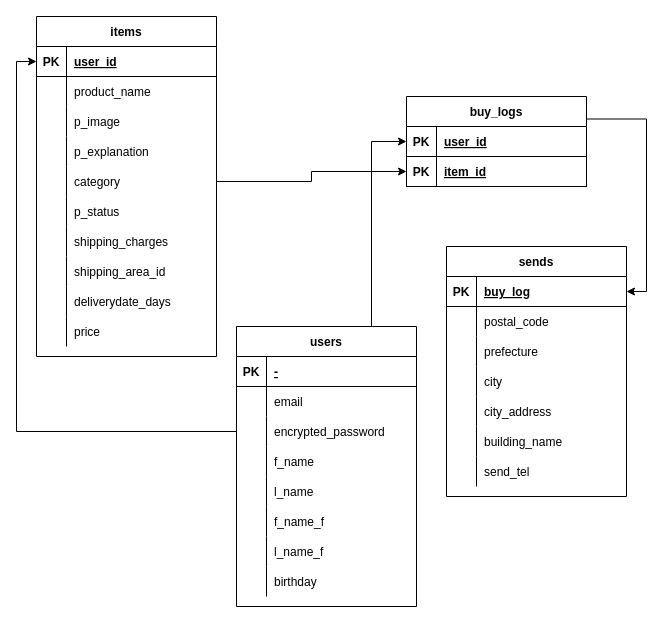
Before: er_furima.dio in konishiakira/furima-36908, a draw.io diagram. Source tidied: cells renumbered, new cells numbered last; positions are measured from the earlier drawing's top-left corner, leaving out a move shared by most shapes. Both pictures are drawn from the tidied source at 100%, with x=0, y=0 at pixel (36, 16).
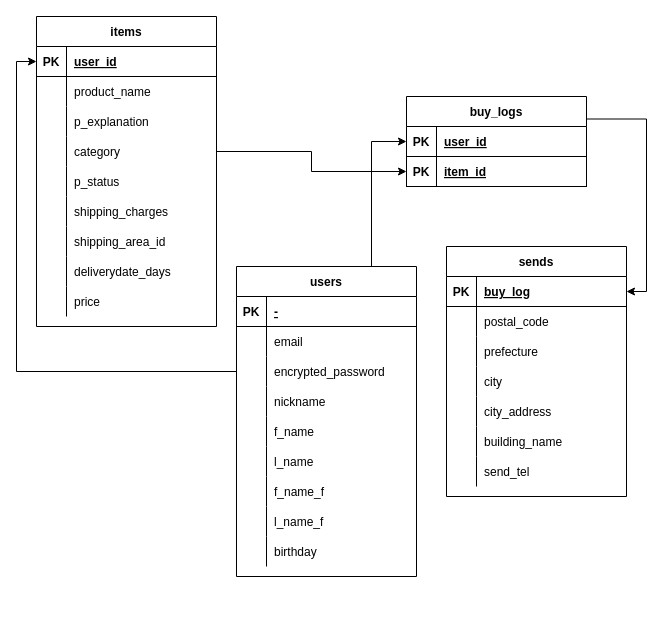
The same diagram, later.

Commit message (it also covers changes not shown here):
データベース修正２

Diff of the diagram source:
```diff
@@
     <mxCell id="2" value="items" style="shape=table;startSize=30;childLayout=tableLayout;rowLines=0;fontStyle=1;align=center;" parent="1" vertex="1">
-      <mxGeometry width="180" height="340" as="geometry" />
+      <mxGeometry width="180" height="310" as="geometry" />
     </mxCell>
@@
-    <mxCell id="9" style="shape=partialRectangle;fillColor=none;top=0;left=0;bottom=0;right=0;" parent="2" vertex="1">
-      <mxGeometry y="90" width="180" height="30" as="geometry" />
-    </mxCell>
-    <mxCell id="10" style="shape=partialRectangle;fillColor=none;top=0;left=0;bottom=0;right=0;overflow=hidden;" parent="9" vertex="1">
-      <mxGeometry width="30" height="30" as="geometry" />
-    </mxCell>
-    <mxCell id="11" value="p_image" style="shape=partialRectangle;fillColor=none;top=0;left=0;bottom=0;right=0;align=left;spacingLeft=6;overflow=hidden;" parent="9" vertex="1">
-      <mxGeometry x="30" width="150" height="30" as="geometry" />
-    </mxCell>
     <mxCell id="12" style="shape=partialRectangle;fillColor=none;top=0;left=0;bottom=0;right=0;" parent="2" vertex="1">
-      <mxGeometry y="120" width="180" height="30" as="geometry" />
+      <mxGeometry y="90" width="180" height="30" as="geometry" />
     </mxCell>
@@
     <mxCell id="15" style="shape=partialRectangle;fillColor=none;top=0;left=0;bottom=0;right=0;points=[[0,0.5],[1,0.5]];portConstraint=eastwest;" parent="2" vertex="1">
-      <mxGeometry y="150" width="180" height="30" as="geometry" />
+      <mxGeometry y="120" width="180" height="30" as="geometry" />
     </mxCell>
@@
     <mxCell id="18" style="shape=partialRectangle;fillColor=none;top=0;left=0;bottom=0;right=0;" parent="2" vertex="1">
-      <mxGeometry y="180" width="180" height="30" as="geometry" />
+      <mxGeometry y="150" width="180" height="30" as="geometry" />
     </mxCell>
@@
     <mxCell id="21" style="shape=partialRectangle;fillColor=none;top=0;left=0;bottom=0;right=0;" parent="2" vertex="1">
-      <mxGeometry y="210" width="180" height="30" as="geometry" />
+      <mxGeometry y="180" width="180" height="30" as="geometry" />
     </mxCell>
@@
     <mxCell id="24" style="shape=partialRectangle;fillColor=none;top=0;left=0;bottom=0;right=0;" parent="2" vertex="1">
-      <mxGeometry y="240" width="180" height="30" as="geometry" />
+      <mxGeometry y="210" width="180" height="30" as="geometry" />
     </mxCell>
@@
     <mxCell id="27" style="shape=partialRectangle;fillColor=none;top=0;left=0;bottom=0;right=0;" parent="2" vertex="1">
-      <mxGeometry y="270" width="180" height="30" as="geometry" />
+      <mxGeometry y="240" width="180" height="30" as="geometry" />
     </mxCell>
@@
     <mxCell id="30" style="shape=partialRectangle;fillColor=none;top=0;left=0;bottom=0;right=0;" parent="2" vertex="1">
-      <mxGeometry y="300" width="180" height="30" as="geometry" />
+      <mxGeometry y="270" width="180" height="30" as="geometry" />
     </mxCell>
@@
     <mxCell id="64" value="users" style="shape=table;startSize=30;childLayout=tableLayout;rowLines=0;fontStyle=1;align=center;" parent="1" vertex="1">
-      <mxGeometry x="200" y="310" width="180" height="280" as="geometry" />
+      <mxGeometry x="200" y="250" width="180" height="310" as="geometry" />
     </mxCell>
@@
+    <mxCell id="92" style="shape=partialRectangle;fillColor=none;top=0;left=0;bottom=0;right=0;" parent="64" vertex="1">
+      <mxGeometry y="120" width="180" height="30" as="geometry" />
+    </mxCell>
+    <mxCell id="10" style="shape=partialRectangle;fillColor=none;top=0;left=0;bottom=0;right=0;overflow=hidden;" parent="92" vertex="1">
+      <mxGeometry width="30" height="30" as="geometry" />
+    </mxCell>
+    <mxCell id="93" value="nickname" style="shape=partialRectangle;fillColor=none;top=0;left=0;bottom=0;right=0;align=left;spacingLeft=6;overflow=hidden;" parent="92" vertex="1">
+      <mxGeometry x="30" width="150" height="30" as="geometry" />
+    </mxCell>
     <mxCell id="74" style="shape=partialRectangle;fillColor=none;top=0;left=0;bottom=0;right=0;" parent="64" vertex="1">
-      <mxGeometry y="120" width="180" height="30" as="geometry" />
+      <mxGeometry y="150" width="180" height="30" as="geometry" />
     </mxCell>
@@
     <mxCell id="77" style="shape=partialRectangle;fillColor=none;top=0;left=0;bottom=0;right=0;" parent="64" vertex="1">
-      <mxGeometry y="150" width="180" height="30" as="geometry" />
+      <mxGeometry y="180" width="180" height="30" as="geometry" />
     </mxCell>
@@
     <mxCell id="80" style="shape=partialRectangle;fillColor=none;top=0;left=0;bottom=0;right=0;" parent="64" vertex="1">
-      <mxGeometry y="180" width="180" height="30" as="geometry" />
+      <mxGeometry y="210" width="180" height="30" as="geometry" />
     </mxCell>
@@
     <mxCell id="83" style="shape=partialRectangle;fillColor=none;top=0;left=0;bottom=0;right=0;" parent="64" vertex="1">
-      <mxGeometry y="210" width="180" height="30" as="geometry" />
+      <mxGeometry y="240" width="180" height="30" as="geometry" />
     </mxCell>
@@
     <mxCell id="86" style="shape=partialRectangle;fillColor=none;top=0;left=0;bottom=0;right=0;" parent="64" vertex="1">
-      <mxGeometry y="240" width="180" height="30" as="geometry" />
+      <mxGeometry y="270" width="180" height="30" as="geometry" />
     </mxCell>
```
